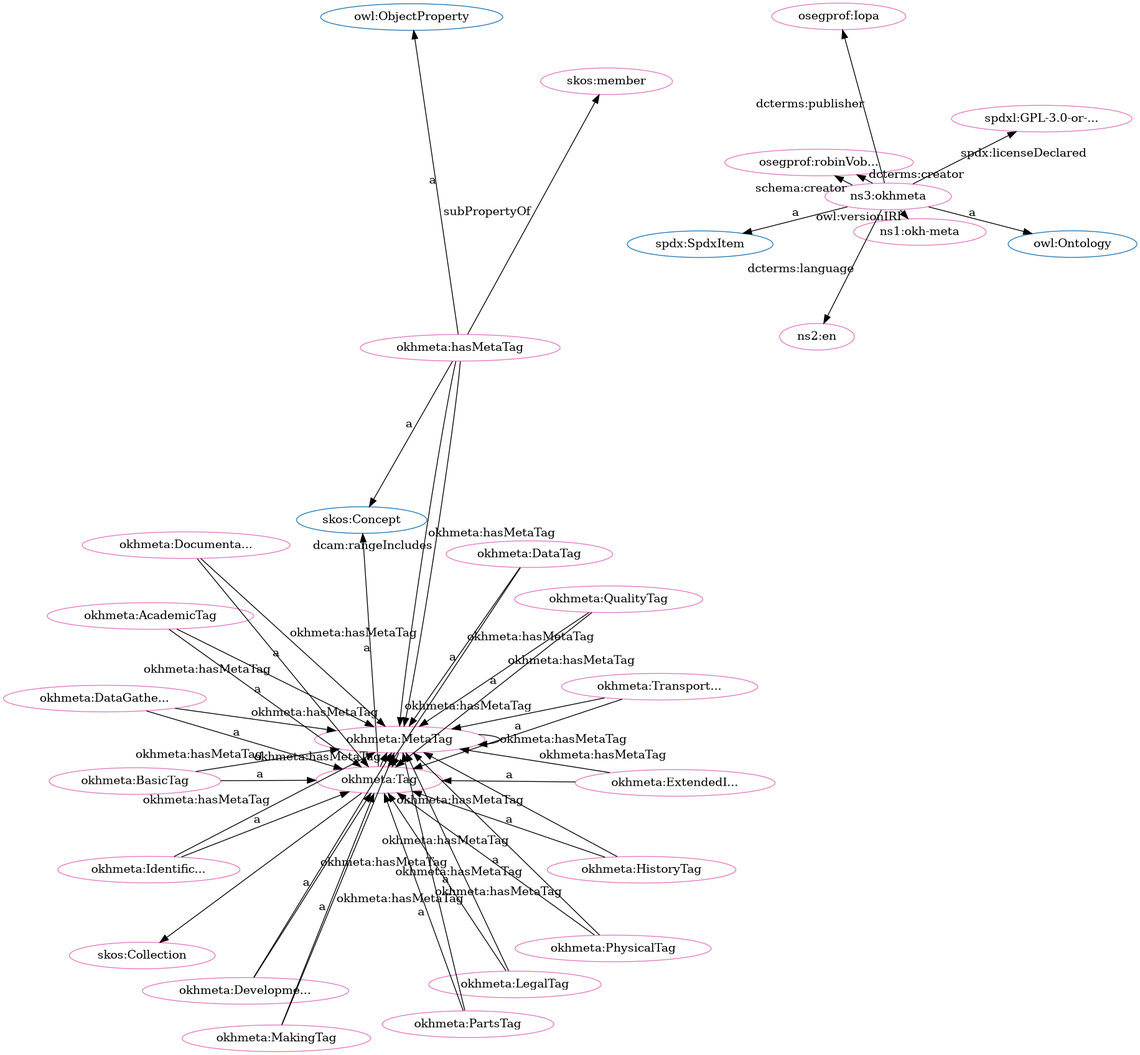
Before: src/spec/fdp_okh-meta.png, a diagram exported from Graphviz (iop-alliance/OpenKnowHow). Its source is kept beside it as src/spec/fdp_okh-meta.dot.
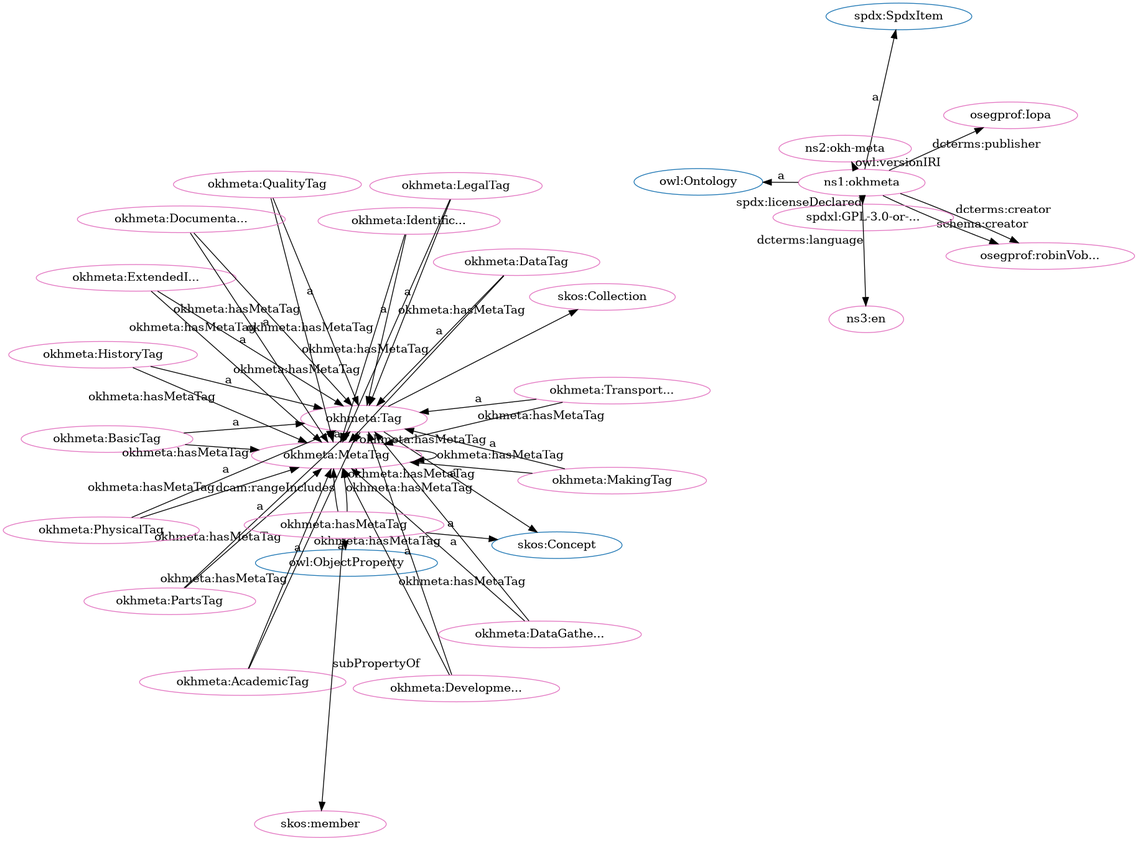
After the change.

Diff of the diagram source:
```diff
@@ -1,84 +1,84 @@
 digraph G {
   rankdir=BT
   node[height=.3]
+"http://w3id.org/oseg/ont/okhmeta#Tag" [fillcolor="#1f77b4" color="#1f77b4" label="okhmeta:Tag"]
+"http://www.w3.org/2002/07/owl#Ontology" [fillcolor="#1f77b4" color="#1f77b4" label="owl:Ontology"]
+"http://spdx.org/rdf/terms#SpdxItem" [fillcolor="#1f77b4" color="#1f77b4" label="spdx:SpdxItem"]
 "http://www.w3.org/2004/02/skos/core#Concept" [fillcolor="#1f77b4" color="#1f77b4" label="skos:Concept"]
-"http://w3id.org/oseg/ont/okhmeta#Tag" [fillcolor="#1f77b4" color="#1f77b4" label="okhmeta:Tag"]
-"http://spdx.org/rdf/terms#SpdxItem" [fillcolor="#1f77b4" color="#1f77b4" label="spdx:SpdxItem"]
-"http://www.w3.org/2002/07/owl#Ontology" [fillcolor="#1f77b4" color="#1f77b4" label="owl:Ontology"]
+"http://www.w3.org/2002/07/owl#ObjectProperty" [fillcolor="#1f77b4" color="#1f77b4" label="owl:ObjectProperty"]
 "http://www.w3.org/2004/02/skos/core#Collection" [fillcolor="#1f77b4" color="#1f77b4" label="skos:Collection"]
-"http://www.w3.org/2002/07/owl#ObjectProperty" [fillcolor="#1f77b4" color="#1f77b4" label="owl:ObjectProperty"]
+"http://w3id.org/oseg/ont/okhmeta#DataTag" [fillcolor="#e377c2" color="#e377c2" label="okhmeta:DataTag"]
+"http://w3id.org/oseg/ont/okhmeta#MetaTag" [fillcolor="#e377c2" color="#e377c2" label="okhmeta:MetaTag"]
+"http://w3id.org/oseg/ont/okhmeta" [fillcolor="#e377c2" color="#e377c2" label="ns1:okhmeta"]
+"http://w3id.org/oseg/ont/okhmeta#HistoryTag" [fillcolor="#e377c2" color="#e377c2" label="okhmeta:HistoryTag"]
+"http://w3id.org/oseg/ont/okhmeta#DataGatheringTag" [fillcolor="#e377c2" color="#e377c2" label="okhmeta:DataGathe..."]
+"http://w3id.org/oseg/ont/okhmeta#PartsTag" [fillcolor="#e377c2" color="#e377c2" label="okhmeta:PartsTag"]
+"http://w3id.org/oseg/ont/okhmeta#AcademicTag" [fillcolor="#e377c2" color="#e377c2" label="okhmeta:AcademicTag"]
 "http://w3id.org/oseg/ont/okhmeta#hasMetaTag" [fillcolor="#e377c2" color="#e377c2" label="okhmeta:hasMetaTag"]
+"http://w3id.org/oseg/ont/okhmeta#QualityTag" [fillcolor="#e377c2" color="#e377c2" label="okhmeta:QualityTag"]
+"http://w3id.org/oseg/ont/1.1.0/okh-meta" [fillcolor="#e377c2" color="#e377c2" label="ns2:okh-meta"]
 "http://w3id.org/oseg/ont/okhmeta#DevelopmentTag" [fillcolor="#e377c2" color="#e377c2" label="okhmeta:Developme..."]
-"http://w3id.org/oseg/ont/okhmeta#MetaTag" [fillcolor="#e377c2" color="#e377c2" label="okhmeta:MetaTag"]
-"http://w3id.org/oseg/ont/okhmeta#LegalTag" [fillcolor="#e377c2" color="#e377c2" label="okhmeta:LegalTag"]
-"http://w3id.org/oseg/ont/1.1.0/okh-meta" [fillcolor="#e377c2" color="#e377c2" label="ns1:okh-meta"]
+"http://w3id.org/oseg/ont/okhmeta#Tag" [fillcolor="#e377c2" color="#e377c2" label="okhmeta:Tag"]
+"http://w3id.org/oseg/ont/oseg-profiles#robinVobruba" [fillcolor="#e377c2" color="#e377c2" label="osegprof:robinVob..."]
+"http://www.w3.org/2004/02/skos/core#Collection" [fillcolor="#e377c2" color="#e377c2" label="skos:Collection"]
 "http://w3id.org/oseg/ont/okhmeta#IdentificationTag" [fillcolor="#e377c2" color="#e377c2" label="okhmeta:Identific..."]
-"http://w3id.org/oseg/ont/oseg-profiles#robinVobruba" [fillcolor="#e377c2" color="#e377c2" label="osegprof:robinVob..."]
-"http://w3id.org/oseg/ont/okhmeta#HistoryTag" [fillcolor="#e377c2" color="#e377c2" label="okhmeta:HistoryTag"]
-"http://spdx.org/licenses/GPL-3.0-or-later" [fillcolor="#e377c2" color="#e377c2" label="spdxl:GPL-3.0-or-..."]
-"http://w3id.org/oseg/ont/okhmeta#QualityTag" [fillcolor="#e377c2" color="#e377c2" label="okhmeta:QualityTag"]
-"http://www.w3.org/2004/02/skos/core#member" [fillcolor="#e377c2" color="#e377c2" label="skos:member"]
-"http://w3id.org/oseg/ont/oseg-profiles#Iopa" [fillcolor="#e377c2" color="#e377c2" label="osegprof:Iopa"]
-"http://id.loc.gov/vocabulary/iso639-1/en" [fillcolor="#e377c2" color="#e377c2" label="ns2:en"]
-"http://w3id.org/oseg/ont/okhmeta" [fillcolor="#e377c2" color="#e377c2" label="ns3:okhmeta"]
-"http://w3id.org/oseg/ont/okhmeta#DataTag" [fillcolor="#e377c2" color="#e377c2" label="okhmeta:DataTag"]
-"http://w3id.org/oseg/ont/okhmeta#DataGatheringTag" [fillcolor="#e377c2" color="#e377c2" label="okhmeta:DataGathe..."]
-"http://w3id.org/oseg/ont/okhmeta#AcademicTag" [fillcolor="#e377c2" color="#e377c2" label="okhmeta:AcademicTag"]
-"http://www.w3.org/2004/02/skos/core#Collection" [fillcolor="#e377c2" color="#e377c2" label="skos:Collection"]
-"http://w3id.org/oseg/ont/okhmeta#TransportationTag" [fillcolor="#e377c2" color="#e377c2" label="okhmeta:Transport..."]
-"http://w3id.org/oseg/ont/okhmeta#Tag" [fillcolor="#e377c2" color="#e377c2" label="okhmeta:Tag"]
-"http://w3id.org/oseg/ont/okhmeta#PhysicalTag" [fillcolor="#e377c2" color="#e377c2" label="okhmeta:PhysicalTag"]
 "http://w3id.org/oseg/ont/okhmeta#BasicTag" [fillcolor="#e377c2" color="#e377c2" label="okhmeta:BasicTag"]
 "http://w3id.org/oseg/ont/okhmeta#MakingTag" [fillcolor="#e377c2" color="#e377c2" label="okhmeta:MakingTag"]
+"http://w3id.org/oseg/ont/oseg-profiles#Iopa" [fillcolor="#e377c2" color="#e377c2" label="osegprof:Iopa"]
+"http://w3id.org/oseg/ont/okhmeta#TransportationTag" [fillcolor="#e377c2" color="#e377c2" label="okhmeta:Transport..."]
+"http://www.w3.org/2004/02/skos/core#member" [fillcolor="#e377c2" color="#e377c2" label="skos:member"]
+"http://spdx.org/licenses/GPL-3.0-or-later" [fillcolor="#e377c2" color="#e377c2" label="spdxl:GPL-3.0-or-..."]
+"http://w3id.org/oseg/ont/okhmeta#PhysicalTag" [fillcolor="#e377c2" color="#e377c2" label="okhmeta:PhysicalTag"]
+"http://w3id.org/oseg/ont/okhmeta#ExtendedInfoTag" [fillcolor="#e377c2" color="#e377c2" label="okhmeta:ExtendedI..."]
+"http://w3id.org/oseg/ont/okhmeta#LegalTag" [fillcolor="#e377c2" color="#e377c2" label="okhmeta:LegalTag"]
 "http://w3id.org/oseg/ont/okhmeta#DocumentationTag" [fillcolor="#e377c2" color="#e377c2" label="okhmeta:Documenta..."]
-"http://w3id.org/oseg/ont/okhmeta#ExtendedInfoTag" [fillcolor="#e377c2" color="#e377c2" label="okhmeta:ExtendedI..."]
-"http://w3id.org/oseg/ont/okhmeta#PartsTag" [fillcolor="#e377c2" color="#e377c2" label="okhmeta:PartsTag"]
-  "http://w3id.org/oseg/ont/okhmeta#AcademicTag" -> "http://w3id.org/oseg/ont/okhmeta#MetaTag" [label="okhmeta:hasMetaTag"]
-  "http://w3id.org/oseg/ont/okhmeta#DataTag" -> "http://w3id.org/oseg/ont/okhmeta#MetaTag" [label="okhmeta:hasMetaTag"]
-  "http://w3id.org/oseg/ont/okhmeta#HistoryTag" -> "http://w3id.org/oseg/ont/okhmeta#Tag" [label="a"]
-  "http://w3id.org/oseg/ont/okhmeta#DevelopmentTag" -> "http://w3id.org/oseg/ont/okhmeta#MetaTag" [label="okhmeta:hasMetaTag"]
+"http://id.loc.gov/vocabulary/iso639-1/en" [fillcolor="#e377c2" color="#e377c2" label="ns3:en"]
+  "http://w3id.org/oseg/ont/okhmeta" -> "http://www.w3.org/2002/07/owl#Ontology" [label="a"]
+  "http://w3id.org/oseg/ont/okhmeta#DataGatheringTag" -> "http://w3id.org/oseg/ont/okhmeta#Tag" [label="a"]
+  "http://w3id.org/oseg/ont/okhmeta#ExtendedInfoTag" -> "http://w3id.org/oseg/ont/okhmeta#MetaTag" [label="okhmeta:hasMetaTag"]
+  "http://w3id.org/oseg/ont/okhmeta#PartsTag" -> "http://w3id.org/oseg/ont/okhmeta#Tag" [label="a"]
+  "http://w3id.org/oseg/ont/okhmeta#QualityTag" -> "http://w3id.org/oseg/ont/okhmeta#Tag" [label="a"]
+  "http://w3id.org/oseg/ont/okhmeta#IdentificationTag" -> "http://w3id.org/oseg/ont/okhmeta#MetaTag" [label="okhmeta:hasMetaTag"]
+  "http://w3id.org/oseg/ont/okhmeta#hasMetaTag" -> "http://www.w3.org/2002/07/owl#ObjectProperty" [label="a"]
+  "http://w3id.org/oseg/ont/okhmeta#AcademicTag" -> "http://w3id.org/oseg/ont/okhmeta#Tag" [label="a"]
+  "http://w3id.org/oseg/ont/okhmeta" -> "http://w3id.org/oseg/ont/1.1.0/okh-meta" [label="owl:versionIRI"]
+  "http://w3id.org/oseg/ont/okhmeta" -> "http://w3id.org/oseg/ont/oseg-profiles#robinVobruba" [label="dcterms:creator"]
+  "http://w3id.org/oseg/ont/okhmeta#Tag" -> "http://www.w3.org/2004/02/skos/core#Collection" [label=""]
+  "http://w3id.org/oseg/ont/okhmeta#IdentificationTag" -> "http://w3id.org/oseg/ont/okhmeta#Tag" [label="a"]
+  "http://w3id.org/oseg/ont/okhmeta#BasicTag" -> "http://w3id.org/oseg/ont/okhmeta#Tag" [label="a"]
+  "http://w3id.org/oseg/ont/okhmeta#hasMetaTag" -> "http://w3id.org/oseg/ont/okhmeta#MetaTag" [label="dcam:rangeIncludes"]
   "http://w3id.org/oseg/ont/okhmeta#LegalTag" -> "http://w3id.org/oseg/ont/okhmeta#MetaTag" [label="okhmeta:hasMetaTag"]
   "http://w3id.org/oseg/ont/okhmeta" -> "http://w3id.org/oseg/ont/oseg-profiles#Iopa" [label="dcterms:publisher"]
+  "http://w3id.org/oseg/ont/okhmeta#DocumentationTag" -> "http://w3id.org/oseg/ont/okhmeta#MetaTag" [label="okhmeta:hasMetaTag"]
+  "http://w3id.org/oseg/ont/okhmeta#MakingTag" -> "http://w3id.org/oseg/ont/okhmeta#MetaTag" [label="okhmeta:hasMetaTag"]
+  "http://w3id.org/oseg/ont/okhmeta#DataTag" -> "http://w3id.org/oseg/ont/okhmeta#MetaTag" [label="okhmeta:hasMetaTag"]
+  "http://w3id.org/oseg/ont/okhmeta" -> "http://spdx.org/licenses/GPL-3.0-or-later" [label="spdx:licenseDeclared"]
+  "http://w3id.org/oseg/ont/okhmeta#HistoryTag" -> "http://w3id.org/oseg/ont/okhmeta#MetaTag" [label="okhmeta:hasMetaTag"]
+  "http://w3id.org/oseg/ont/okhmeta#ExtendedInfoTag" -> "http://w3id.org/oseg/ont/okhmeta#Tag" [label="a"]
+  "http://w3id.org/oseg/ont/okhmeta#DevelopmentTag" -> "http://w3id.org/oseg/ont/okhmeta#MetaTag" [label="okhmeta:hasMetaTag"]
+  "http://w3id.org/oseg/ont/okhmeta#LegalTag" -> "http://w3id.org/oseg/ont/okhmeta#Tag" [label="a"]
+  "http://w3id.org/oseg/ont/okhmeta" -> "http://w3id.org/oseg/ont/oseg-profiles#robinVobruba" [label="schema:creator"]
+  "http://w3id.org/oseg/ont/okhmeta#DocumentationTag" -> "http://w3id.org/oseg/ont/okhmeta#Tag" [label="a"]
   "http://w3id.org/oseg/ont/okhmeta" -> "http://id.loc.gov/vocabulary/iso639-1/en" [label="dcterms:language"]
+  "http://w3id.org/oseg/ont/okhmeta#PhysicalTag" -> "http://w3id.org/oseg/ont/okhmeta#MetaTag" [label="okhmeta:hasMetaTag"]
+  "http://w3id.org/oseg/ont/okhmeta#DataTag" -> "http://w3id.org/oseg/ont/okhmeta#Tag" [label="a"]
+  "http://w3id.org/oseg/ont/okhmeta#HistoryTag" -> "http://w3id.org/oseg/ont/okhmeta#Tag" [label="a"]
   "http://w3id.org/oseg/ont/okhmeta" -> "http://spdx.org/rdf/terms#SpdxItem" [label="a"]
-  "http://w3id.org/oseg/ont/okhmeta#DataTag" -> "http://w3id.org/oseg/ont/okhmeta#Tag" [label="a"]
-  "http://w3id.org/oseg/ont/okhmeta#hasMetaTag" -> "http://w3id.org/oseg/ont/okhmeta#MetaTag" [label="dcam:rangeIncludes"]
-  "http://w3id.org/oseg/ont/okhmeta#IdentificationTag" -> "http://w3id.org/oseg/ont/okhmeta#MetaTag" [label="okhmeta:hasMetaTag"]
-  "http://w3id.org/oseg/ont/okhmeta#ExtendedInfoTag" -> "http://w3id.org/oseg/ont/okhmeta#MetaTag" [label="okhmeta:hasMetaTag"]
+  "http://w3id.org/oseg/ont/okhmeta#Tag" -> "http://w3id.org/oseg/ont/okhmeta#MetaTag" [label="okhmeta:hasMetaTag"]
+  "http://w3id.org/oseg/ont/okhmeta#hasMetaTag" -> "http://w3id.org/oseg/ont/okhmeta#MetaTag" [label="okhmeta:hasMetaTag"]
+  "http://w3id.org/oseg/ont/okhmeta#DevelopmentTag" -> "http://w3id.org/oseg/ont/okhmeta#Tag" [label="a"]
   "http://w3id.org/oseg/ont/okhmeta#Tag" -> "http://www.w3.org/2004/02/skos/core#Concept" [label="a"]
+  "http://w3id.org/oseg/ont/okhmeta#PartsTag" -> "http://w3id.org/oseg/ont/okhmeta#MetaTag" [label="okhmeta:hasMetaTag"]
+  "http://w3id.org/oseg/ont/okhmeta#TransportationTag" -> "http://w3id.org/oseg/ont/okhmeta#MetaTag" [label="okhmeta:hasMetaTag"]
+  "http://w3id.org/oseg/ont/okhmeta#AcademicTag" -> "http://w3id.org/oseg/ont/okhmeta#MetaTag" [label="okhmeta:hasMetaTag"]
   "http://w3id.org/oseg/ont/okhmeta#QualityTag" -> "http://w3id.org/oseg/ont/okhmeta#MetaTag" [label="okhmeta:hasMetaTag"]
+  "http://w3id.org/oseg/ont/okhmeta#MakingTag" -> "http://w3id.org/oseg/ont/okhmeta#Tag" [label="a"]
+  "http://w3id.org/oseg/ont/okhmeta#BasicTag" -> "http://w3id.org/oseg/ont/okhmeta#MetaTag" [label="okhmeta:hasMetaTag"]
+  "http://w3id.org/oseg/ont/okhmeta#hasMetaTag" -> "http://www.w3.org/2004/02/skos/core#Concept" [label="a"]
+  "http://w3id.org/oseg/ont/okhmeta#TransportationTag" -> "http://w3id.org/oseg/ont/okhmeta#Tag" [label="a"]
+  "http://w3id.org/oseg/ont/okhmeta#hasMetaTag" -> "http://www.w3.org/2004/02/skos/core#member" [label="subPropertyOf"]
+  "http://w3id.org/oseg/ont/okhmeta#MetaTag" -> "http://w3id.org/oseg/ont/okhmeta#MetaTag" [label="okhmeta:hasMetaTag"]
   "http://w3id.org/oseg/ont/okhmeta#PhysicalTag" -> "http://w3id.org/oseg/ont/okhmeta#Tag" [label="a"]
-  "http://w3id.org/oseg/ont/okhmeta#MetaTag" -> "http://w3id.org/oseg/ont/okhmeta#MetaTag" [label="okhmeta:hasMetaTag"]
-  "http://w3id.org/oseg/ont/okhmeta#MakingTag" -> "http://w3id.org/oseg/ont/okhmeta#Tag" [label="a"]
-  "http://w3id.org/oseg/ont/okhmeta" -> "http://w3id.org/oseg/ont/oseg-profiles#robinVobruba" [label="schema:creator"]
-  "http://w3id.org/oseg/ont/okhmeta#PartsTag" -> "http://w3id.org/oseg/ont/okhmeta#Tag" [label="a"]
-  "http://w3id.org/oseg/ont/okhmeta#hasMetaTag" -> "http://www.w3.org/2004/02/skos/core#Concept" [label="a"]
-  "http://w3id.org/oseg/ont/okhmeta#DevelopmentTag" -> "http://w3id.org/oseg/ont/okhmeta#Tag" [label="a"]
-  "http://w3id.org/oseg/ont/okhmeta#LegalTag" -> "http://w3id.org/oseg/ont/okhmeta#Tag" [label="a"]
-  "http://w3id.org/oseg/ont/okhmeta#Tag" -> "http://w3id.org/oseg/ont/okhmeta#MetaTag" [label="okhmeta:hasMetaTag"]
   "http://w3id.org/oseg/ont/okhmeta#DataGatheringTag" -> "http://w3id.org/oseg/ont/okhmeta#MetaTag" [label="okhmeta:hasMetaTag"]
-  "http://w3id.org/oseg/ont/okhmeta" -> "http://w3id.org/oseg/ont/1.1.0/okh-meta" [label="owl:versionIRI"]
-  "http://w3id.org/oseg/ont/okhmeta#TransportationTag" -> "http://w3id.org/oseg/ont/okhmeta#MetaTag" [label="okhmeta:hasMetaTag"]
-  "http://w3id.org/oseg/ont/okhmeta#IdentificationTag" -> "http://w3id.org/oseg/ont/okhmeta#Tag" [label="a"]
-  "http://w3id.org/oseg/ont/okhmeta" -> "http://w3id.org/oseg/ont/oseg-profiles#robinVobruba" [label="dcterms:creator"]
-  "http://w3id.org/oseg/ont/okhmeta#DocumentationTag" -> "http://w3id.org/oseg/ont/okhmeta#MetaTag" [label="okhmeta:hasMetaTag"]
-  "http://w3id.org/oseg/ont/okhmeta" -> "http://spdx.org/licenses/GPL-3.0-or-later" [label="spdx:licenseDeclared"]
-  "http://w3id.org/oseg/ont/okhmeta#QualityTag" -> "http://w3id.org/oseg/ont/okhmeta#Tag" [label="a"]
   "http://w3id.org/oseg/ont/okhmeta#MetaTag" -> "http://w3id.org/oseg/ont/okhmeta#Tag" [label="a"]
-  "http://w3id.org/oseg/ont/okhmeta#hasMetaTag" -> "http://www.w3.org/2004/02/skos/core#member" [label="subPropertyOf"]
-  "http://w3id.org/oseg/ont/okhmeta#DataGatheringTag" -> "http://w3id.org/oseg/ont/okhmeta#Tag" [label="a"]
-  "http://w3id.org/oseg/ont/okhmeta#hasMetaTag" -> "http://w3id.org/oseg/ont/okhmeta#MetaTag" [label="okhmeta:hasMetaTag"]
-  "http://w3id.org/oseg/ont/okhmeta#AcademicTag" -> "http://w3id.org/oseg/ont/okhmeta#Tag" [label="a"]
-  "http://w3id.org/oseg/ont/okhmeta#PhysicalTag" -> "http://w3id.org/oseg/ont/okhmeta#MetaTag" [label="okhmeta:hasMetaTag"]
-  "http://w3id.org/oseg/ont/okhmeta#Tag" -> "http://www.w3.org/2004/02/skos/core#Collection" [label=""]
-  "http://w3id.org/oseg/ont/okhmeta#BasicTag" -> "http://w3id.org/oseg/ont/okhmeta#MetaTag" [label="okhmeta:hasMetaTag"]
-  "http://w3id.org/oseg/ont/okhmeta#TransportationTag" -> "http://w3id.org/oseg/ont/okhmeta#Tag" [label="a"]
-  "http://w3id.org/oseg/ont/okhmeta#MakingTag" -> "http://w3id.org/oseg/ont/okhmeta#MetaTag" [label="okhmeta:hasMetaTag"]
-  "http://w3id.org/oseg/ont/okhmeta" -> "http://www.w3.org/2002/07/owl#Ontology" [label="a"]
-  "http://w3id.org/oseg/ont/okhmeta#HistoryTag" -> "http://w3id.org/oseg/ont/okhmeta#MetaTag" [label="okhmeta:hasMetaTag"]
-  "http://w3id.org/oseg/ont/okhmeta#PartsTag" -> "http://w3id.org/oseg/ont/okhmeta#MetaTag" [label="okhmeta:hasMetaTag"]
-  "http://w3id.org/oseg/ont/okhmeta#BasicTag" -> "http://w3id.org/oseg/ont/okhmeta#Tag" [label="a"]
-  "http://w3id.org/oseg/ont/okhmeta#hasMetaTag" -> "http://www.w3.org/2002/07/owl#ObjectProperty" [label="a"]
-  "http://w3id.org/oseg/ont/okhmeta#DocumentationTag" -> "http://w3id.org/oseg/ont/okhmeta#Tag" [label="a"]
-  "http://w3id.org/oseg/ont/okhmeta#ExtendedInfoTag" -> "http://w3id.org/oseg/ont/okhmeta#Tag" [label="a"]
 }
```
